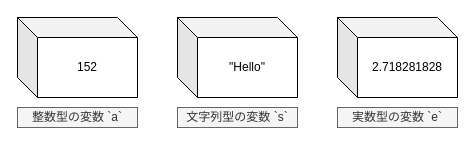
Before: ex1/variable.drawio in Outtech105k/AizuHack2025MobileTutorial, a draw.io diagram. Source tidied: cells renumbered, new cells numbered last; positions are measured from the earlier drawing's top-left corner, leaving out a move shared by most shapes. Both pictures are drawn from the tidied source at 100%, with x=0, y=0 at pixel (17, 17).
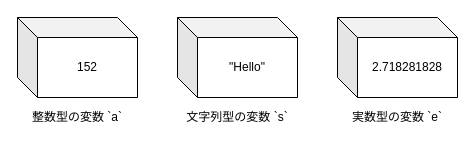
The same diagram, later.

Diff of the diagram source:
```diff
@@
-<mxGraphModel>
+<mxGraphModel background="#ffffff">
   <root>
     <mxCell id="0" />
     <mxCell id="1" parent="0" />
     <mxCell id="2" value="152" style="shape=cube;whiteSpace=wrap;html=1;boundedLbl=1;backgroundOutline=1;darkOpacity=0.05;darkOpacity2=0.1;" parent="1" vertex="1">
       <mxGeometry width="120" height="80" as="geometry" />
     </mxCell>
-    <mxCell id="3" value="整数型の変数 `a`" style="text;html=1;align=center;verticalAlign=middle;whiteSpace=wrap;rounded=0;fillColor=#f5f5f5;fontColor=#333333;strokeColor=#666666;" parent="1" vertex="1">
+    <mxCell id="3" value="整数型の変数 `a`" style="text;html=1;align=center;verticalAlign=middle;whiteSpace=wrap;rounded=0;" parent="1" vertex="1">
       <mxGeometry y="90" width="120" height="20" as="geometry" />
     </mxCell>
     <mxCell id="4" value="&quot;Hello&quot;" style="shape=cube;whiteSpace=wrap;html=1;boundedLbl=1;backgroundOutline=1;darkOpacity=0.05;darkOpacity2=0.1;" parent="1" vertex="1">
       <mxGeometry x="160" width="120" height="80" as="geometry" />
     </mxCell>
-    <mxCell id="5" value="文字列型の変数 `s`" style="text;html=1;align=center;verticalAlign=middle;whiteSpace=wrap;rounded=0;fillColor=#f5f5f5;fontColor=#333333;strokeColor=#666666;" parent="1" vertex="1">
+    <mxCell id="5" value="文字列型の変数 `s`" style="text;html=1;align=center;verticalAlign=middle;whiteSpace=wrap;rounded=0;" parent="1" vertex="1">
       <mxGeometry x="160" y="90" width="120" height="20" as="geometry" />
     </mxCell>
     <mxCell id="6" value="2.718281828" style="shape=cube;whiteSpace=wrap;html=1;boundedLbl=1;backgroundOutline=1;darkOpacity=0.05;darkOpacity2=0.1;" parent="1" vertex="1">
       <mxGeometry x="320" width="120" height="80" as="geometry" />
     </mxCell>
-    <mxCell id="7" value="実数型の変数 `e`" style="text;html=1;align=center;verticalAlign=middle;whiteSpace=wrap;rounded=0;fillColor=#f5f5f5;fontColor=#333333;strokeColor=#666666;" parent="1" vertex="1">
+    <mxCell id="7" value="実数型の変数 `e`" style="text;html=1;align=center;verticalAlign=middle;whiteSpace=wrap;rounded=0;" parent="1" vertex="1">
       <mxGeometry x="320" y="90" width="120" height="20" as="geometry" />
     </mxCell>
   </root>
 </mxGraphModel>
```
